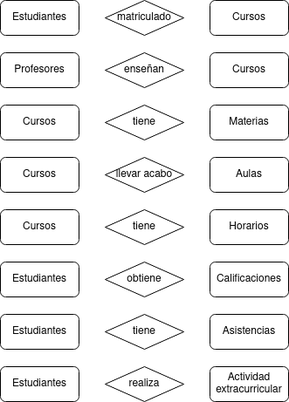
LuisMGlez/base-datos keeps this draw.io diagram as Unidad-1/Tareas/Tareas-evaluables/Tarea-evaluable-1/Ejercicio-evaluable-1.drawio.png. Above is the earlier version. Source tidied: cells renumbered, new cells last; positions are measured from the earlier drawing's top-left corner, leaving out a move shared by most shapes.
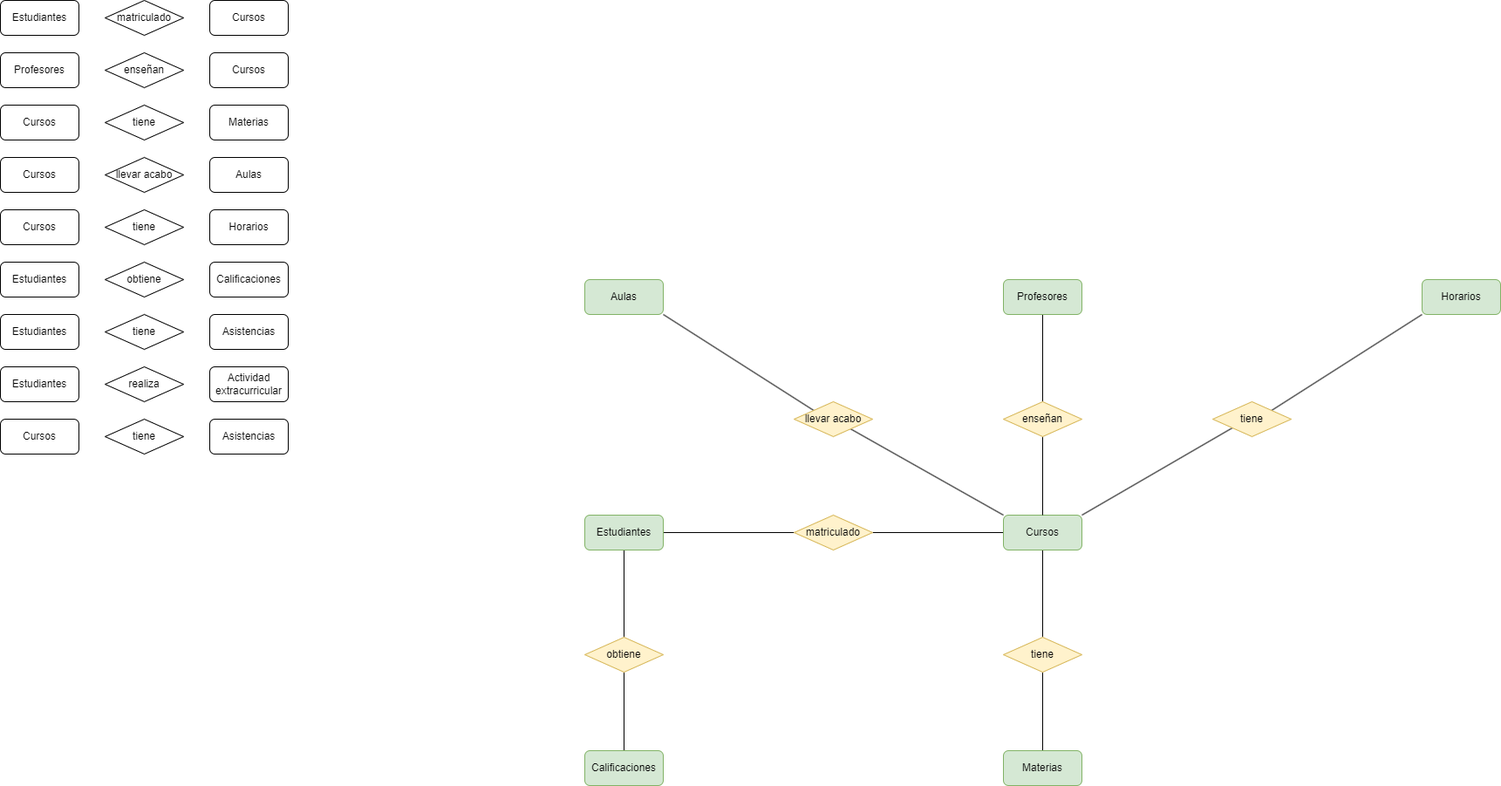
Above is the later version.

What changed in the source:
```diff
@@ -74,5 +74,89 @@
     <mxCell id="25" value="realiza" style="rhombus;whiteSpace=wrap;html=1;" parent="1" vertex="1">
       <mxGeometry x="120" y="420" width="90" height="40" as="geometry" />
     </mxCell>
+    <mxCell id="26" value="Cursos" style="rounded=1;whiteSpace=wrap;html=1;" parent="1" vertex="1">
+      <mxGeometry y="480" width="90" height="40" as="geometry" />
+    </mxCell>
+    <mxCell id="27" value="tiene" style="rhombus;whiteSpace=wrap;html=1;" parent="1" vertex="1">
+      <mxGeometry x="120" y="480" width="90" height="40" as="geometry" />
+    </mxCell>
+    <mxCell id="28" value="Asistencias" style="rounded=1;whiteSpace=wrap;html=1;" parent="1" vertex="1">
+      <mxGeometry x="240" y="480" width="90" height="40" as="geometry" />
+    </mxCell>
+    <mxCell id="29" style="edgeStyle=orthogonalEdgeStyle;rounded=0;jettySize=auto;html=1;exitX=1;exitY=0.5;exitDx=0;exitDy=0;entryX=0;entryY=0.5;entryDx=0;entryDy=0;endArrow=none;endFill=0;" parent="1" edge="1" source="31" target="33">
+      <mxGeometry relative="1" as="geometry" />
+    </mxCell>
+    <mxCell id="30" style="edgeStyle=orthogonalEdgeStyle;rounded=0;jettySize=auto;html=1;exitX=0.5;exitY=1;exitDx=0;exitDy=0;entryX=0.5;entryY=0;entryDx=0;entryDy=0;endArrow=none;endFill=0;" parent="1" edge="1" source="31" target="52">
+      <mxGeometry relative="1" as="geometry" />
+    </mxCell>
+    <mxCell id="31" value="Estudiantes" style="rounded=1;whiteSpace=wrap;html=1;fillColor=#d5e8d4;strokeColor=#82b366;" parent="1" vertex="1">
+      <mxGeometry x="670" y="590" width="90" height="40" as="geometry" />
+    </mxCell>
+    <mxCell id="32" style="edgeStyle=orthogonalEdgeStyle;rounded=0;jettySize=auto;html=1;exitX=1;exitY=0.5;exitDx=0;exitDy=0;entryX=0;entryY=0.5;entryDx=0;entryDy=0;endArrow=none;endFill=0;" parent="1" edge="1" source="33" target="37">
+      <mxGeometry relative="1" as="geometry" />
+    </mxCell>
+    <mxCell id="33" value="matriculado" style="rhombus;whiteSpace=wrap;html=1;fillColor=#fff2cc;strokeColor=#d6b656;" parent="1" vertex="1">
+      <mxGeometry x="910" y="590" width="90" height="40" as="geometry" />
+    </mxCell>
+    <mxCell id="34" style="rounded=0;jettySize=auto;html=1;exitX=0;exitY=0;exitDx=0;exitDy=0;endArrow=none;endFill=0;" parent="1" edge="1" source="37" target="46">
+      <mxGeometry relative="1" as="geometry" />
+    </mxCell>
+    <mxCell id="35" style="rounded=0;jettySize=auto;html=1;exitX=1;exitY=0;exitDx=0;exitDy=0;entryX=0;entryY=1;entryDx=0;entryDy=0;endArrow=none;endFill=0;" parent="1" edge="1" source="37" target="49">
+      <mxGeometry relative="1" as="geometry" />
+    </mxCell>
+    <mxCell id="36" style="edgeStyle=orthogonalEdgeStyle;rounded=0;jettySize=auto;html=1;exitX=0.5;exitY=1;exitDx=0;exitDy=0;entryX=0.5;entryY=0;entryDx=0;entryDy=0;endArrow=none;endFill=0;" parent="1" edge="1" source="37" target="43">
+      <mxGeometry relative="1" as="geometry" />
+    </mxCell>
+    <mxCell id="37" value="Cursos" style="rounded=1;whiteSpace=wrap;html=1;fillColor=#d5e8d4;strokeColor=#82b366;" parent="1" vertex="1">
+      <mxGeometry x="1150" y="590" width="90" height="40" as="geometry" />
+    </mxCell>
+    <mxCell id="38" style="edgeStyle=orthogonalEdgeStyle;rounded=0;jettySize=auto;html=1;exitX=0.5;exitY=1;exitDx=0;exitDy=0;entryX=0.5;entryY=0;entryDx=0;entryDy=0;endArrow=none;endFill=0;" parent="1" edge="1" source="39" target="41">
+      <mxGeometry relative="1" as="geometry" />
+    </mxCell>
+    <mxCell id="39" value="Profesores" style="rounded=1;whiteSpace=wrap;html=1;fillColor=#d5e8d4;strokeColor=#82b366;" parent="1" vertex="1">
+      <mxGeometry x="1150" y="320" width="90" height="40" as="geometry" />
+    </mxCell>
+    <mxCell id="40" style="edgeStyle=orthogonalEdgeStyle;rounded=0;jettySize=auto;html=1;exitX=0.5;exitY=1;exitDx=0;exitDy=0;entryX=0.5;entryY=0;entryDx=0;entryDy=0;endArrow=none;endFill=0;" parent="1" edge="1" source="41" target="37">
+      <mxGeometry relative="1" as="geometry" />
+    </mxCell>
+    <mxCell id="41" value="enseñan" style="rhombus;whiteSpace=wrap;html=1;fillColor=#fff2cc;strokeColor=#d6b656;" parent="1" vertex="1">
+      <mxGeometry x="1150" y="460" width="90" height="40" as="geometry" />
+    </mxCell>
+    <mxCell id="42" style="edgeStyle=orthogonalEdgeStyle;rounded=0;jettySize=auto;html=1;exitX=0.5;exitY=1;exitDx=0;exitDy=0;entryX=0.5;entryY=0;entryDx=0;entryDy=0;endArrow=none;endFill=0;" parent="1" edge="1" source="43" target="44">
+      <mxGeometry relative="1" as="geometry" />
+    </mxCell>
+    <mxCell id="43" value="tiene" style="rhombus;whiteSpace=wrap;html=1;fillColor=#fff2cc;strokeColor=#d6b656;" parent="1" vertex="1">
+      <mxGeometry x="1150" y="730" width="90" height="40" as="geometry" />
+    </mxCell>
+    <mxCell id="44" value="Materias" style="rounded=1;whiteSpace=wrap;html=1;fillColor=#d5e8d4;strokeColor=#82b366;" parent="1" vertex="1">
+      <mxGeometry x="1150" y="860" width="90" height="40" as="geometry" />
+    </mxCell>
+    <mxCell id="45" style="rounded=0;jettySize=auto;html=1;exitX=0;exitY=0;exitDx=0;exitDy=0;entryX=1;entryY=1;entryDx=0;entryDy=0;endArrow=none;endFill=0;" parent="1" edge="1" source="46" target="47">
+      <mxGeometry relative="1" as="geometry" />
+    </mxCell>
+    <mxCell id="46" value="llevar acabo" style="rhombus;whiteSpace=wrap;html=1;fillColor=#fff2cc;strokeColor=#d6b656;" parent="1" vertex="1">
+      <mxGeometry x="910" y="460" width="90" height="40" as="geometry" />
+    </mxCell>
+    <mxCell id="47" value="Aulas" style="rounded=1;whiteSpace=wrap;html=1;fillColor=#d5e8d4;strokeColor=#82b366;" parent="1" vertex="1">
+      <mxGeometry x="670" y="320" width="90" height="40" as="geometry" />
+    </mxCell>
+    <mxCell id="48" style="rounded=0;jettySize=auto;html=1;exitX=1;exitY=0;exitDx=0;exitDy=0;entryX=0;entryY=1;entryDx=0;entryDy=0;endArrow=none;endFill=0;" parent="1" edge="1" source="49" target="50">
+      <mxGeometry relative="1" as="geometry" />
+    </mxCell>
+    <mxCell id="49" value="tiene" style="rhombus;whiteSpace=wrap;html=1;fillColor=#fff2cc;strokeColor=#d6b656;" parent="1" vertex="1">
+      <mxGeometry x="1390" y="460" width="90" height="40" as="geometry" />
+    </mxCell>
+    <mxCell id="50" value="Horarios" style="rounded=1;whiteSpace=wrap;html=1;fillColor=#d5e8d4;strokeColor=#82b366;" parent="1" vertex="1">
+      <mxGeometry x="1630" y="320" width="90" height="40" as="geometry" />
+    </mxCell>
+    <mxCell id="51" style="edgeStyle=orthogonalEdgeStyle;rounded=0;jettySize=auto;html=1;exitX=0.5;exitY=1;exitDx=0;exitDy=0;entryX=0.5;entryY=0;entryDx=0;entryDy=0;endArrow=none;endFill=0;" parent="1" edge="1" source="52" target="53">
+      <mxGeometry relative="1" as="geometry" />
+    </mxCell>
+    <mxCell id="52" value="obtiene" style="rhombus;whiteSpace=wrap;html=1;fillColor=#fff2cc;strokeColor=#d6b656;" parent="1" vertex="1">
+      <mxGeometry x="670" y="730" width="90" height="40" as="geometry" />
+    </mxCell>
+    <mxCell id="53" value="Calificaciones" style="rounded=1;whiteSpace=wrap;html=1;fillColor=#d5e8d4;strokeColor=#82b366;" parent="1" vertex="1">
+      <mxGeometry x="670" y="860" width="90" height="40" as="geometry" />
+    </mxCell>
   </root>
 </mxGraphModel>
```
